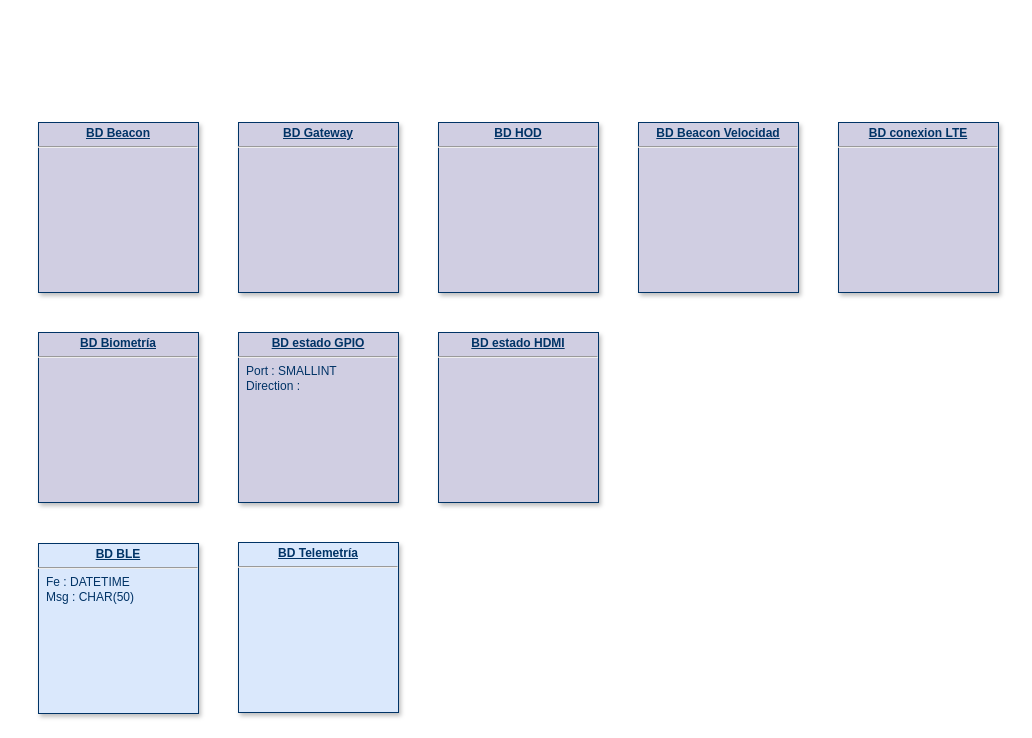
Above: Bases de datos/Nivel 1/BD BLE.drawio in CesarRodriguez14/Tag_Vehiculo_4_0_Diagramas (draw.io), before the change. Source tidied: cells renumbered, new cells numbered last; positions are measured from the earlier drawing's top-left corner, leaving out a move shared by most shapes. Both pictures are drawn from the tidied source at 100%, with x=0, y=0 at pixel (38, 122).
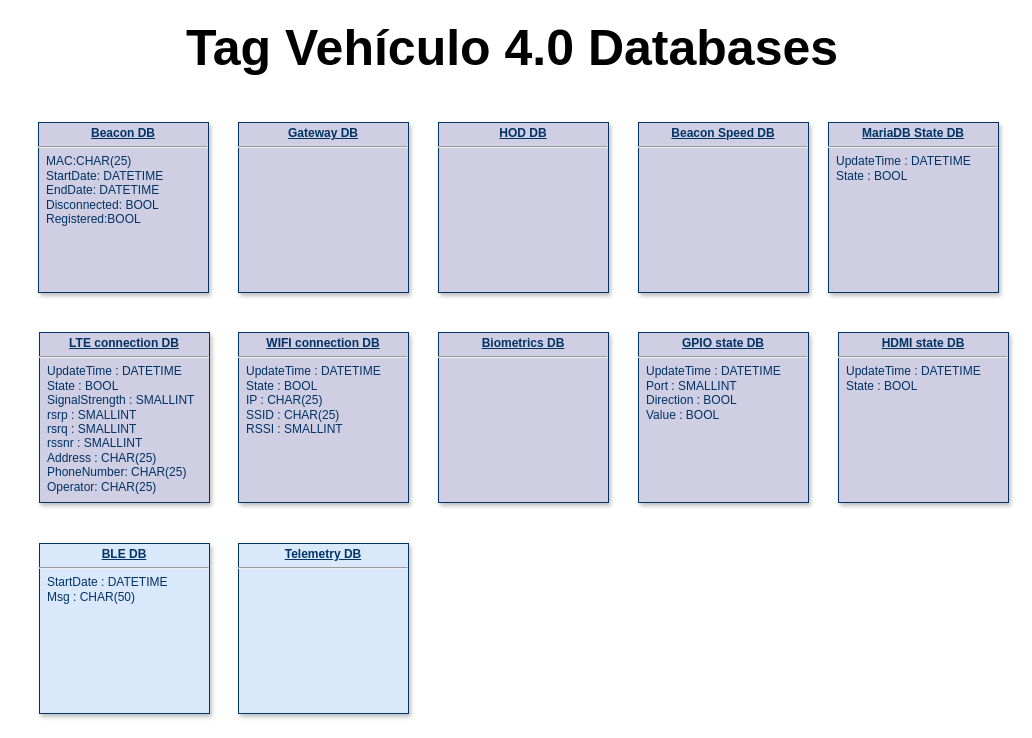
The same page after the edit.

Diff of the diagram source:
```diff
@@
 <mxGraphModel>
   <root>
     <mxCell id="0" />
     <mxCell id="1" parent="0" />
-    <mxCell id="2" value="&lt;p style=&quot;margin: 0px; margin-top: 4px; text-align: center; text-decoration: underline;&quot;&gt;&lt;b&gt;BD BLE&lt;/b&gt;&lt;/p&gt;&lt;hr&gt;&lt;p style=&quot;margin: 0px; margin-left: 8px;&quot;&gt;Fe : DATETIME&lt;/p&gt;&lt;p style=&quot;margin: 0px; margin-left: 8px;&quot;&gt;Msg : CHAR(50)&lt;/p&gt;" style="verticalAlign=top;align=left;overflow=fill;fontSize=12;fontFamily=Helvetica;html=1;strokeColor=#003366;shadow=1;fillColor=#DAE8FC;fontColor=#003366;" parent="1" vertex="1">
-      <mxGeometry y="421" width="160" height="170" as="geometry" />
+    <mxCell id="2" value="&lt;p style=&quot;margin: 0px; margin-top: 4px; text-align: center; text-decoration: underline;&quot;&gt;&lt;b&gt;BLE DB&lt;/b&gt;&lt;/p&gt;&lt;hr&gt;&lt;p style=&quot;margin: 0px; margin-left: 8px;&quot;&gt;StartDate : DATETIME&lt;/p&gt;&lt;p style=&quot;margin: 0px; margin-left: 8px;&quot;&gt;Msg : CHAR(50)&lt;/p&gt;" style="verticalAlign=top;align=left;overflow=fill;fontSize=12;fontFamily=Helvetica;html=1;strokeColor=#003366;shadow=1;fillColor=#DAE8FC;fontColor=#003366;" parent="1" vertex="1">
+      <mxGeometry x="1" y="421" width="170" height="170" as="geometry" />
     </mxCell>
-    <mxCell id="3" value="&lt;p style=&quot;margin: 0px; margin-top: 4px; text-align: center; text-decoration: underline;&quot;&gt;&lt;b&gt;BD Telemetría&lt;/b&gt;&lt;/p&gt;&lt;hr&gt;&lt;p style=&quot;margin: 0px; margin-left: 8px;&quot;&gt;&lt;br&gt;&lt;/p&gt;" style="verticalAlign=top;align=left;overflow=fill;fontSize=12;fontFamily=Helvetica;html=1;strokeColor=#003366;shadow=1;fillColor=#DAE8FC;fontColor=#003366;" parent="1" vertex="1">
-      <mxGeometry x="200" y="420" width="160" height="170" as="geometry" />
-    </mxCell>
-    <mxCell id="4" value="&lt;p style=&quot;margin: 0px; margin-top: 4px; text-align: center; text-decoration: underline;&quot;&gt;&lt;b&gt;BD Beacon&lt;/b&gt;&lt;/p&gt;&lt;hr&gt;&lt;p style=&quot;margin: 0px; margin-left: 8px;&quot;&gt;&lt;br&gt;&lt;/p&gt;" style="verticalAlign=top;align=left;overflow=fill;fontSize=12;fontFamily=Helvetica;html=1;strokeColor=#003366;shadow=1;fillColor=#D0CEE2;fontColor=#003366;" parent="1" vertex="1">
-      <mxGeometry width="160" height="170" as="geometry" />
+    <mxCell id="4" value="&lt;p style=&quot;margin: 0px; margin-top: 4px; text-align: center; text-decoration: underline;&quot;&gt;&lt;b&gt;Beacon DB&lt;/b&gt;&lt;/p&gt;&lt;hr&gt;&lt;p style=&quot;margin: 0px; margin-left: 8px;&quot;&gt;MAC:CHAR(25)&lt;/p&gt;&lt;p style=&quot;margin: 0px; margin-left: 8px;&quot;&gt;StartDate: DATETIME&lt;/p&gt;&lt;p style=&quot;margin: 0px; margin-left: 8px;&quot;&gt;EndDate: DATETIME&lt;/p&gt;&lt;p style=&quot;margin: 0px; margin-left: 8px;&quot;&gt;Disconnected: BOOL&lt;/p&gt;&lt;p style=&quot;margin: 0px; margin-left: 8px;&quot;&gt;Registered:BOOL&lt;/p&gt;" style="verticalAlign=top;align=left;overflow=fill;fontSize=12;fontFamily=Helvetica;html=1;strokeColor=#003366;shadow=1;fillColor=#D0CEE2;fontColor=#003366;" parent="1" vertex="1">
+      <mxGeometry width="170" height="170" as="geometry" />
     </mxCell>
-    <mxCell id="5" value="&lt;p style=&quot;margin: 0px; margin-top: 4px; text-align: center; text-decoration: underline;&quot;&gt;&lt;b&gt;BD Gateway&lt;/b&gt;&lt;/p&gt;&lt;hr&gt;&lt;p style=&quot;margin: 0px; margin-left: 8px;&quot;&gt;&lt;br&gt;&lt;/p&gt;" style="verticalAlign=top;align=left;overflow=fill;fontSize=12;fontFamily=Helvetica;html=1;strokeColor=#003366;shadow=1;fillColor=#D0CEE2;fontColor=#003366;" parent="1" vertex="1">
-      <mxGeometry x="200" width="160" height="170" as="geometry" />
+    <mxCell id="5" value="&lt;p style=&quot;margin: 0px; margin-top: 4px; text-align: center; text-decoration: underline;&quot;&gt;&lt;b&gt;Gateway DB&lt;/b&gt;&lt;/p&gt;&lt;hr&gt;&lt;p style=&quot;margin: 0px; margin-left: 8px;&quot;&gt;&lt;br&gt;&lt;/p&gt;" style="verticalAlign=top;align=left;overflow=fill;fontSize=12;fontFamily=Helvetica;html=1;strokeColor=#003366;shadow=1;fillColor=#D0CEE2;fontColor=#003366;" parent="1" vertex="1">
+      <mxGeometry x="200" width="170" height="170" as="geometry" />
     </mxCell>
-    <mxCell id="6" value="&lt;p style=&quot;margin: 0px; margin-top: 4px; text-align: center; text-decoration: underline;&quot;&gt;&lt;b&gt;BD HOD&lt;/b&gt;&lt;/p&gt;&lt;hr&gt;&lt;p style=&quot;margin: 0px; margin-left: 8px;&quot;&gt;&lt;br&gt;&lt;/p&gt;" style="verticalAlign=top;align=left;overflow=fill;fontSize=12;fontFamily=Helvetica;html=1;strokeColor=#003366;shadow=1;fillColor=#D0CEE2;fontColor=#003366;" parent="1" vertex="1">
-      <mxGeometry x="400" width="160" height="170" as="geometry" />
+    <mxCell id="6" value="&lt;p style=&quot;margin: 0px; margin-top: 4px; text-align: center; text-decoration: underline;&quot;&gt;&lt;b&gt;HOD DB&lt;/b&gt;&lt;/p&gt;&lt;hr&gt;&lt;p style=&quot;margin: 0px; margin-left: 8px;&quot;&gt;&lt;br&gt;&lt;/p&gt;" style="verticalAlign=top;align=left;overflow=fill;fontSize=12;fontFamily=Helvetica;html=1;strokeColor=#003366;shadow=1;fillColor=#D0CEE2;fontColor=#003366;" parent="1" vertex="1">
+      <mxGeometry x="400" width="170" height="170" as="geometry" />
     </mxCell>
-    <mxCell id="7" value="&lt;p style=&quot;margin: 0px; margin-top: 4px; text-align: center; text-decoration: underline;&quot;&gt;&lt;b&gt;BD Beacon Velocidad&lt;/b&gt;&lt;/p&gt;&lt;hr&gt;&lt;p style=&quot;margin: 0px; margin-left: 8px;&quot;&gt;&lt;br&gt;&lt;/p&gt;" style="verticalAlign=top;align=left;overflow=fill;fontSize=12;fontFamily=Helvetica;html=1;strokeColor=#003366;shadow=1;fillColor=#D0CEE2;fontColor=#003366;" parent="1" vertex="1">
-      <mxGeometry x="600" width="160" height="170" as="geometry" />
+    <mxCell id="7" value="&lt;p style=&quot;margin: 0px; margin-top: 4px; text-align: center; text-decoration: underline;&quot;&gt;&lt;b&gt;Beacon Speed DB&lt;/b&gt;&lt;/p&gt;&lt;hr&gt;&lt;p style=&quot;margin: 0px; margin-left: 8px;&quot;&gt;&lt;br&gt;&lt;/p&gt;" style="verticalAlign=top;align=left;overflow=fill;fontSize=12;fontFamily=Helvetica;html=1;strokeColor=#003366;shadow=1;fillColor=#D0CEE2;fontColor=#003366;" parent="1" vertex="1">
+      <mxGeometry x="600" width="170" height="170" as="geometry" />
     </mxCell>
-    <mxCell id="8" value="&lt;p style=&quot;margin: 0px; margin-top: 4px; text-align: center; text-decoration: underline;&quot;&gt;&lt;b&gt;BD conexion LTE&lt;/b&gt;&lt;/p&gt;&lt;hr&gt;&lt;p style=&quot;margin: 0px; margin-left: 8px;&quot;&gt;&lt;br&gt;&lt;/p&gt;" style="verticalAlign=top;align=left;overflow=fill;fontSize=12;fontFamily=Helvetica;html=1;strokeColor=#003366;shadow=1;fillColor=#D0CEE2;fontColor=#003366;" parent="1" vertex="1">
-      <mxGeometry x="800" width="160" height="170" as="geometry" />
-    </mxCell>
-    <mxCell id="9" value="&lt;p style=&quot;margin: 0px; margin-top: 4px; text-align: center; text-decoration: underline;&quot;&gt;&lt;b&gt;BD Biometría&lt;/b&gt;&lt;/p&gt;&lt;hr&gt;&lt;p style=&quot;margin: 0px; margin-left: 8px;&quot;&gt;&lt;br&gt;&lt;/p&gt;" style="verticalAlign=top;align=left;overflow=fill;fontSize=12;fontFamily=Helvetica;html=1;strokeColor=#003366;shadow=1;fillColor=#D0CEE2;fontColor=#003366;" parent="1" vertex="1">
-      <mxGeometry y="210" width="160" height="170" as="geometry" />
-    </mxCell>
-    <mxCell id="10" value="&lt;p style=&quot;margin: 0px; margin-top: 4px; text-align: center; text-decoration: underline;&quot;&gt;&lt;b&gt;BD estado GPIO&lt;/b&gt;&lt;/p&gt;&lt;hr&gt;&lt;p style=&quot;margin: 0px; margin-left: 8px;&quot;&gt;Port : SMALLINT&lt;/p&gt;&lt;p style=&quot;margin: 0px; margin-left: 8px;&quot;&gt;Direction :&amp;nbsp;&lt;/p&gt;" style="verticalAlign=top;align=left;overflow=fill;fontSize=12;fontFamily=Helvetica;html=1;strokeColor=#003366;shadow=1;fillColor=#D0CEE2;fontColor=#003366;" parent="1" vertex="1">
-      <mxGeometry x="200" y="210" width="160" height="170" as="geometry" />
+    <mxCell id="10" value="&lt;p style=&quot;margin: 0px; margin-top: 4px; text-align: center; text-decoration: underline;&quot;&gt;&lt;b&gt;GPIO state DB&lt;/b&gt;&lt;/p&gt;&lt;hr&gt;&lt;p style=&quot;margin: 0px; margin-left: 8px;&quot;&gt;UpdateTime : DATETIME&lt;br&gt;&lt;/p&gt;&lt;p style=&quot;margin: 0px; margin-left: 8px;&quot;&gt;Port : SMALLINT&lt;/p&gt;&lt;p style=&quot;margin: 0px; margin-left: 8px;&quot;&gt;Direction : BOOL&lt;/p&gt;&lt;p style=&quot;margin: 0px; margin-left: 8px;&quot;&gt;Value : BOOL&lt;/p&gt;" style="verticalAlign=top;align=left;overflow=fill;fontSize=12;fontFamily=Helvetica;html=1;strokeColor=#003366;shadow=1;fillColor=#D0CEE2;fontColor=#003366;" parent="1" vertex="1">
+      <mxGeometry x="600" y="210" width="170" height="170" as="geometry" />
     </mxCell>
-    <mxCell id="11" value="&lt;p style=&quot;margin: 0px; margin-top: 4px; text-align: center; text-decoration: underline;&quot;&gt;&lt;b&gt;BD estado HDMI&lt;/b&gt;&lt;/p&gt;&lt;hr&gt;&lt;p style=&quot;margin: 0px; margin-left: 8px;&quot;&gt;&lt;br&gt;&lt;/p&gt;" style="verticalAlign=top;align=left;overflow=fill;fontSize=12;fontFamily=Helvetica;html=1;strokeColor=#003366;shadow=1;fillColor=#D0CEE2;fontColor=#003366;" parent="1" vertex="1">
-      <mxGeometry x="400" y="210" width="160" height="170" as="geometry" />
+    <mxCell id="11" value="&lt;p style=&quot;margin: 0px; margin-top: 4px; text-align: center; text-decoration: underline;&quot;&gt;&lt;b&gt;HDMI state DB&lt;/b&gt;&lt;/p&gt;&lt;hr&gt;&lt;p style=&quot;margin: 0px 0px 0px 8px;&quot;&gt;UpdateTime : DATETIME&lt;/p&gt;&lt;p style=&quot;margin: 0px 0px 0px 8px;&quot;&gt;State : BOOL&lt;/p&gt;&lt;p style=&quot;margin: 0px 0px 0px 8px;&quot;&gt;&lt;br&gt;&lt;/p&gt;" style="verticalAlign=top;align=left;overflow=fill;fontSize=12;fontFamily=Helvetica;html=1;strokeColor=#003366;shadow=1;fillColor=#D0CEE2;fontColor=#003366;" parent="1" vertex="1">
+      <mxGeometry x="800" y="210" width="170" height="170" as="geometry" />
     </mxCell>
+    <mxCell id="12" value="&lt;p style=&quot;margin: 0px; margin-top: 4px; text-align: center; text-decoration: underline;&quot;&gt;&lt;b&gt;Telemetry DB&lt;/b&gt;&lt;/p&gt;&lt;hr&gt;&lt;p style=&quot;margin: 0px; margin-left: 8px;&quot;&gt;&lt;br&gt;&lt;/p&gt;" style="verticalAlign=top;align=left;overflow=fill;fontSize=12;fontFamily=Helvetica;html=1;strokeColor=#003366;shadow=1;fillColor=#DAE8FC;fontColor=#003366;" parent="1" vertex="1">
+      <mxGeometry x="200" y="421" width="170" height="170" as="geometry" />
+    </mxCell>
+    <mxCell id="13" value="&lt;p style=&quot;margin: 0px; margin-top: 4px; text-align: center; text-decoration: underline;&quot;&gt;&lt;b&gt;LTE connection DB&lt;/b&gt;&lt;/p&gt;&lt;hr&gt;&lt;p style=&quot;margin: 0px; margin-left: 8px;&quot;&gt;UpdateTime : DATETIME&lt;br&gt;&lt;/p&gt;&lt;p style=&quot;margin: 0px; margin-left: 8px;&quot;&gt;State : BOOL&lt;/p&gt;&lt;p style=&quot;margin: 0px; margin-left: 8px;&quot;&gt;SignalStrength : SMALLINT&lt;/p&gt;&lt;p style=&quot;margin: 0px; margin-left: 8px;&quot;&gt;rsrp : SMALLINT&lt;/p&gt;&lt;p style=&quot;margin: 0px; margin-left: 8px;&quot;&gt;rsrq : SMALLINT&lt;/p&gt;&lt;p style=&quot;margin: 0px; margin-left: 8px;&quot;&gt;rssnr : SMALLINT&lt;/p&gt;&lt;p style=&quot;margin: 0px; margin-left: 8px;&quot;&gt;Address : CHAR(25)&amp;nbsp;&lt;/p&gt;&lt;p style=&quot;margin: 0px; margin-left: 8px;&quot;&gt;PhoneNumber: CHAR(25)&lt;/p&gt;&lt;p style=&quot;margin: 0px; margin-left: 8px;&quot;&gt;Operator: CHAR(25)&lt;/p&gt;" style="verticalAlign=top;align=left;overflow=fill;fontSize=12;fontFamily=Helvetica;html=1;strokeColor=#003366;shadow=1;fillColor=#D0CEE2;fontColor=#003366;" parent="1" vertex="1">
+      <mxGeometry x="1" y="210" width="170" height="170" as="geometry" />
+    </mxCell>
+    <mxCell id="14" value="&lt;p style=&quot;margin: 0px; margin-top: 4px; text-align: center; text-decoration: underline;&quot;&gt;&lt;b&gt;Biometrics DB&lt;/b&gt;&lt;/p&gt;&lt;hr&gt;&lt;p style=&quot;margin: 0px; margin-left: 8px;&quot;&gt;&lt;br&gt;&lt;/p&gt;" style="verticalAlign=top;align=left;overflow=fill;fontSize=12;fontFamily=Helvetica;html=1;strokeColor=#003366;shadow=1;fillColor=#D0CEE2;fontColor=#003366;" parent="1" vertex="1">
+      <mxGeometry x="400" y="210" width="170" height="170" as="geometry" />
+    </mxCell>
+    <mxCell id="15" value="&lt;p style=&quot;margin: 0px; margin-top: 4px; text-align: center; text-decoration: underline;&quot;&gt;&lt;b&gt;MariaDB State DB&lt;/b&gt;&lt;/p&gt;&lt;hr&gt;&lt;p style=&quot;margin: 0px 0px 0px 8px;&quot;&gt;UpdateTime : DATETIME&lt;/p&gt;&lt;p style=&quot;margin: 0px 0px 0px 8px;&quot;&gt;State : BOOL&lt;/p&gt;&lt;p style=&quot;margin: 0px 0px 0px 8px;&quot;&gt;&lt;br&gt;&lt;/p&gt;" style="verticalAlign=top;align=left;overflow=fill;fontSize=12;fontFamily=Helvetica;html=1;strokeColor=#003366;shadow=1;fillColor=#D0CEE2;fontColor=#003366;" parent="1" vertex="1">
+      <mxGeometry x="790" width="170" height="170" as="geometry" />
+    </mxCell>
+    <mxCell id="16" value="&lt;p style=&quot;margin: 0px; margin-top: 4px; text-align: center; text-decoration: underline;&quot;&gt;&lt;b&gt;WIFI connection DB&lt;/b&gt;&lt;/p&gt;&lt;hr&gt;&lt;p style=&quot;margin: 0px; margin-left: 8px;&quot;&gt;UpdateTime : DATETIME&lt;/p&gt;&lt;p style=&quot;margin: 0px; margin-left: 8px;&quot;&gt;State : BOOL&lt;/p&gt;&lt;p style=&quot;margin: 0px; margin-left: 8px;&quot;&gt;IP :&amp;nbsp;&lt;span style=&quot;background-color: initial;&quot;&gt;CHAR(25)&lt;/span&gt;&lt;/p&gt;&lt;p style=&quot;margin: 0px; margin-left: 8px;&quot;&gt;SSID : CHAR(25)&lt;/p&gt;&lt;p style=&quot;margin: 0px; margin-left: 8px;&quot;&gt;RSSI : SMALLINT&lt;/p&gt;&lt;p style=&quot;margin: 0px; margin-left: 8px;&quot;&gt;&lt;br&gt;&lt;/p&gt;" style="verticalAlign=top;align=left;overflow=fill;fontSize=12;fontFamily=Helvetica;html=1;strokeColor=#003366;shadow=1;fillColor=#D0CEE2;fontColor=#003366;" parent="1" vertex="1">
+      <mxGeometry x="200" y="210" width="170" height="170" as="geometry" />
+    </mxCell>
+    <mxCell id="17" value="Tag Vehículo 4.0 Databases" style="text;html=1;align=center;verticalAlign=middle;whiteSpace=wrap;rounded=0;fontSize=50;fontStyle=1;" parent="1" vertex="1">
+      <mxGeometry x="-21" y="-100" width="990" height="50" as="geometry" />
+    </mxCell>
   </root>
 </mxGraphModel>
```
